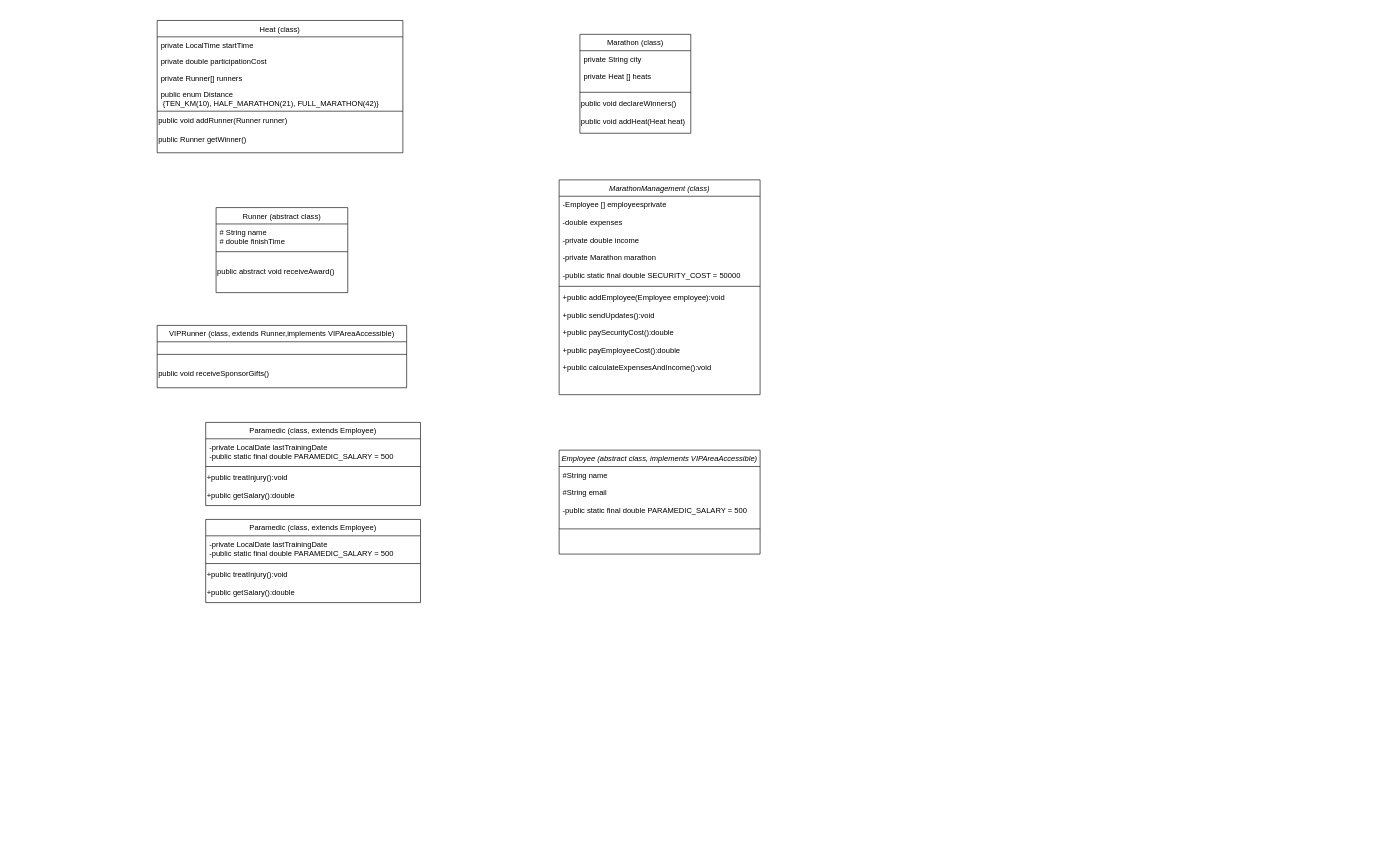
Earlier version of the draw.io diagram Untitled Diagram.drawio (ZoharVardi/ZoharVardi-Object-Oriented-Project---MarketPlace). Source tidied: cells renumbered, new cells numbered last; positions are measured from the earlier drawing's top-left corner, leaving out a move shared by most shapes. Both pictures are drawn from the tidied source at 63%, with x=0, y=0 at pixel (157, 20).
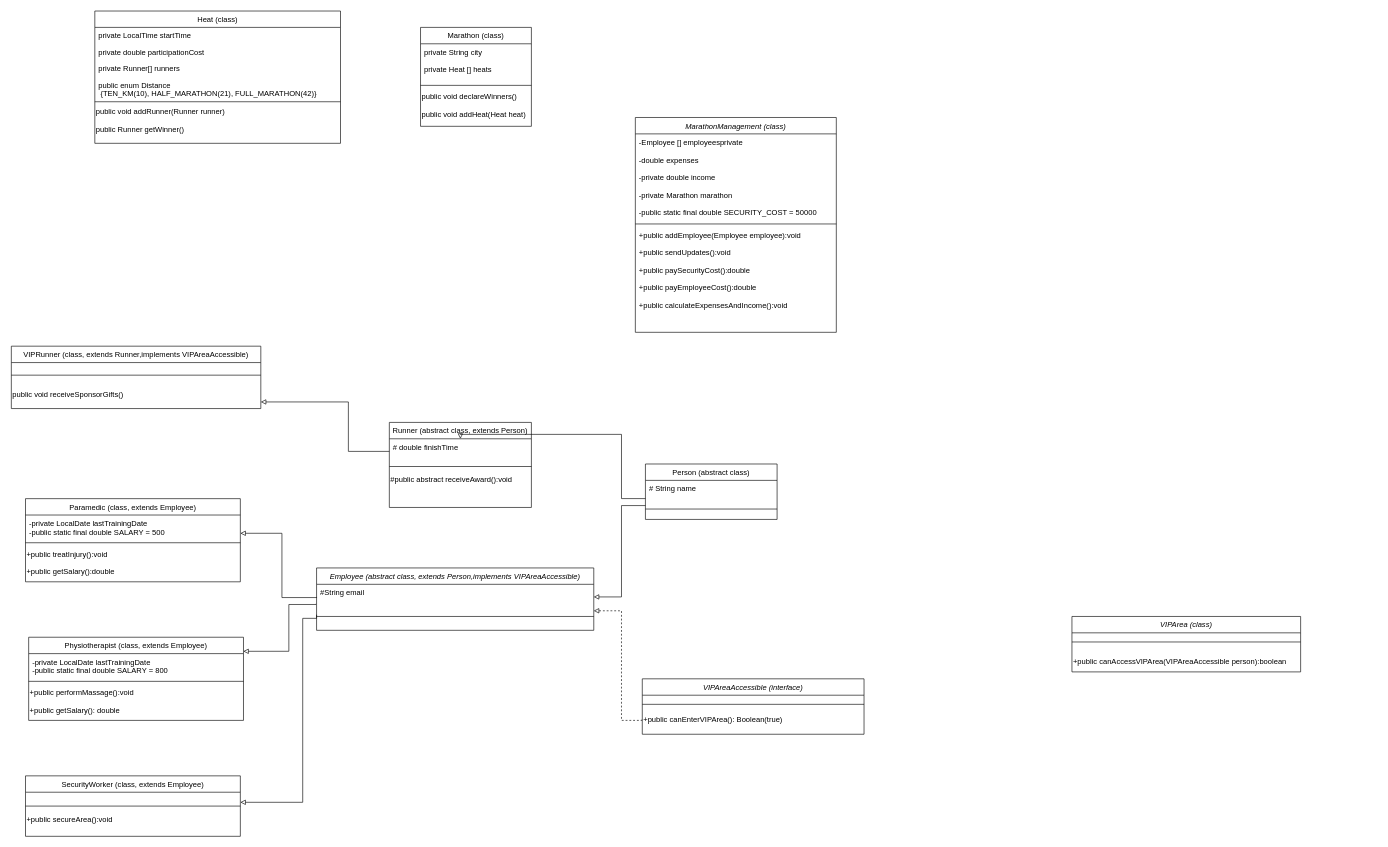
After the change.

Unchanged cells that the change refers to:
```xml
<mxCell id="24" value="public void receiveSponsorGifts()&#10;" style="text;align=left;verticalAlign=middle;points=[];strokeColor=none;fillColor=none;" parent="22" vertex="1">
  <mxGeometry y="66" width="396" height="33" as="geometry" />
</mxCell>
```

Change to the diagram source:
```diff
@@
     <mxCell id="2" value="MarathonManagement (class)" style="swimlane;fontStyle=2;align=center;verticalAlign=top;horizontal=1;startSize=26;rounded=0;shadow=0;strokeWidth=1;" parent="1" vertex="1">
-      <mxGeometry x="638" y="253" width="319" height="341" as="geometry" />
+      <mxGeometry x="759" y="154" width="319" height="341" as="geometry" />
     </mxCell>
@@
     <mxCell id="6" value="Marathon (class)" style="swimlane;fontStyle=0;align=center;verticalAlign=top;horizontal=1;startSize=26;rounded=0;shadow=0;strokeWidth=1;" parent="1" vertex="1">
-      <mxGeometry x="671" y="22" width="176" height="157" as="geometry" />
+      <mxGeometry x="418" y="11" width="176" height="157" as="geometry" />
     </mxCell>
@@
-    <mxCell id="10" value="Runner (abstract class)" style="swimlane;fontStyle=0;align=center;verticalAlign=top;horizontal=1;startSize=26;rounded=0;shadow=0;strokeWidth=1;" parent="1" vertex="1">
-      <mxGeometry x="93.5" y="297" width="209" height="135" as="geometry" />
+    <mxCell id="10" value="Runner (abstract class, extends Person)" style="swimlane;fontStyle=0;align=center;verticalAlign=top;horizontal=1;startSize=26;rounded=0;shadow=0;strokeWidth=1;" parent="1" vertex="1">
+      <mxGeometry x="368.5" y="638" width="225.5" height="135" as="geometry" />
     </mxCell>
-    <mxCell id="11" value="# String name&#10;# double finishTime" style="text;align=left;verticalAlign=top;spacingLeft=4;spacingRight=4;overflow=hidden;points=[[0,0.5],[1,0.5]];portConstraint=eastwest;" parent="10" vertex="1">
-      <mxGeometry y="26" width="209" height="40" as="geometry" />
+    <mxCell id="11" value="# double finishTime" style="text;align=left;verticalAlign=top;spacingLeft=4;spacingRight=4;overflow=hidden;points=[[0,0.5],[1,0.5]];portConstraint=eastwest;" parent="10" vertex="1">
+      <mxGeometry y="26" width="225.5" height="40" as="geometry" />
     </mxCell>
     <mxCell id="12" style="line;html=1;strokeWidth=1;align=left;verticalAlign=middle;spacingTop=-1;spacingLeft=3;spacingRight=3;labelPosition=right;" parent="10" vertex="1">
-      <mxGeometry y="66" width="209" height="8" as="geometry" />
+      <mxGeometry y="66" width="225.5" height="8" as="geometry" />
     </mxCell>
-    <mxCell id="13" value="public abstract void receiveAward()" style="text;align=left;verticalAlign=middle;strokeColor=none;fillColor=none;" parent="10" vertex="1">
-      <mxGeometry y="74" width="209" height="55" as="geometry" />
+    <mxCell id="13" value="#public abstract receiveAward():void " style="text;align=left;verticalAlign=middle;strokeColor=none;fillColor=none;" parent="10" vertex="1">
+      <mxGeometry y="74" width="225.5" height="33" as="geometry" />
     </mxCell>
     <mxCell id="14" value="Heat (class)" style="swimlane;fontStyle=0;align=center;verticalAlign=top;horizontal=1;startSize=26;rounded=0;shadow=0;strokeWidth=1;" parent="1" vertex="1">
-      <mxGeometry width="390" height="210" as="geometry" />
+      <mxGeometry x="-99" y="-15" width="390" height="210" as="geometry" />
     </mxCell>
@@
     <mxCell id="22" value="VIPRunner (class, extends Runner,implements VIPAreaAccessible)&#10;&#10;&#10;&#10;" style="swimlane;fontStyle=0;align=center;verticalAlign=top;horizontal=1;startSize=26;rounded=0;shadow=0;strokeWidth=1;" parent="1" vertex="1">
-      <mxGeometry y="484" width="396" height="99" as="geometry" />
+      <mxGeometry x="-231.5" y="517" width="396" height="99" as="geometry" />
     </mxCell>
@@
-    <mxCell id="25" value="Employee (abstract class, implements VIPAreaAccessible)" style="swimlane;fontStyle=2;align=center;verticalAlign=top;horizontal=1;startSize=26;rounded=0;shadow=0;strokeWidth=1;" parent="1" vertex="1">
-      <mxGeometry x="638" y="682" width="319" height="165" as="geometry" />
+    <mxCell id="25" value="Employee (abstract class, extends Person,implements VIPAreaAccessible)" style="swimlane;fontStyle=2;align=center;verticalAlign=top;horizontal=1;startSize=26;rounded=0;shadow=0;strokeWidth=1;" parent="1" vertex="1">
+      <mxGeometry x="253" y="869" width="440" height="99" as="geometry" />
     </mxCell>
-    <mxCell id="26" value="#String name&#10;&#10;#String email&#10;&#10;-public static final double PARAMEDIC_SALARY = 500&#10;" style="text;align=left;verticalAlign=top;spacingLeft=4;spacingRight=4;overflow=hidden;points=[[0,0.5],[1,0.5]];portConstraint=eastwest;" parent="25" vertex="1">
-      <mxGeometry y="26" width="319" height="95" as="geometry" />
+    <mxCell id="26" value="#String email" style="text;align=left;verticalAlign=top;spacingLeft=4;spacingRight=4;overflow=hidden;points=[[0,0.5],[1,0.5]];portConstraint=eastwest;" parent="25" vertex="1">
+      <mxGeometry y="26" width="440" height="40" as="geometry" />
     </mxCell>
     <mxCell id="27" style="line;html=1;strokeWidth=1;align=left;verticalAlign=middle;spacingTop=-1;spacingLeft=3;spacingRight=3;labelPosition=right;" parent="25" vertex="1">
-      <mxGeometry y="121" width="319" height="8" as="geometry" />
+      <mxGeometry y="66" width="440" height="22" as="geometry" />
     </mxCell>
     <mxCell id="28" value="Paramedic (class, extends Employee)" style="swimlane;fontStyle=0;align=center;verticalAlign=top;horizontal=1;startSize=26;rounded=0;shadow=0;strokeWidth=1;" parent="1" vertex="1">
-      <mxGeometry x="77" y="638" width="341" height="132" as="geometry" />
+      <mxGeometry x="-209" y="759" width="341" height="132" as="geometry" />
     </mxCell>
-    <mxCell id="29" value="-private LocalDate lastTrainingDate&#10;-public static final double PARAMEDIC_SALARY = 500&#10;" style="text;align=left;verticalAlign=top;spacingLeft=4;spacingRight=4;overflow=hidden;" parent="28" vertex="1">
+    <mxCell id="29" value="-private LocalDate lastTrainingDate&#10;-public static final double SALARY = 500&#10;" style="text;align=left;verticalAlign=top;spacingLeft=4;spacingRight=4;overflow=hidden;" parent="28" vertex="1">
       <mxGeometry y="26" width="341" height="40" as="geometry" />
     </mxCell>
@@
-    <mxCell id="32" value="Paramedic (class, extends Employee)" style="swimlane;fontStyle=0;align=center;verticalAlign=top;horizontal=1;startSize=26;rounded=0;shadow=0;strokeWidth=1;" parent="1" vertex="1">
-      <mxGeometry x="77" y="792" width="341" height="132" as="geometry" />
+    <mxCell id="32" value="Physiotherapist (class, extends Employee)" style="swimlane;fontStyle=0;align=center;verticalAlign=top;horizontal=1;startSize=26;rounded=0;shadow=0;strokeWidth=1;" parent="1" vertex="1">
+      <mxGeometry x="-204" y="979" width="341" height="132" as="geometry" />
     </mxCell>
-    <mxCell id="33" value="-private LocalDate lastTrainingDate&#10;-public static final double PARAMEDIC_SALARY = 500&#10;" style="text;align=left;verticalAlign=top;spacingLeft=4;spacingRight=4;overflow=hidden;" parent="32" vertex="1">
+    <mxCell id="33" value="-private LocalDate lastTrainingDate&#10;-public static final double SALARY = 800&#10;" style="text;align=left;verticalAlign=top;spacingLeft=4;spacingRight=4;overflow=hidden;" parent="32" vertex="1">
       <mxGeometry y="26" width="341" height="40" as="geometry" />
     </mxCell>
@@
-    <mxCell id="35" value="+public treatInjury():void&#10;&#10;+public getSalary():double" style="text;align=left;verticalAlign=middle;strokeColor=none;fillColor=none;" parent="32" vertex="1">
+    <mxCell id="35" value="+public performMassage():void&#10;&#10;+public getSalary(): double " style="text;align=left;verticalAlign=middle;strokeColor=none;fillColor=none;" parent="32" vertex="1">
       <mxGeometry y="74" width="341" height="55" as="geometry" />
     </mxCell>
+    <mxCell id="36" value="SecurityWorker (class, extends Employee)" style="swimlane;fontStyle=0;align=center;verticalAlign=top;horizontal=1;startSize=26;rounded=0;shadow=0;strokeWidth=1;" parent="1" vertex="1">
+      <mxGeometry x="-209" y="1199" width="341" height="96" as="geometry" />
+    </mxCell>
+    <mxCell id="37" value="&#10;" style="text;align=left;verticalAlign=top;spacingLeft=4;spacingRight=4;overflow=hidden;" parent="36" vertex="1">
+      <mxGeometry y="26" width="341" height="18" as="geometry" />
+    </mxCell>
+    <mxCell id="38" style="line;html=1;strokeWidth=1;align=left;verticalAlign=middle;spacingTop=-1;spacingLeft=3;spacingRight=3;labelPosition=right;" parent="36" vertex="1">
+      <mxGeometry y="44" width="341" height="8" as="geometry" />
+    </mxCell>
+    <mxCell id="39" value="+public secureArea():void" style="text;align=left;verticalAlign=middle;strokeColor=none;fillColor=none;" parent="36" vertex="1">
+      <mxGeometry y="52" width="341" height="33" as="geometry" />
+    </mxCell>
+    <mxCell id="40" value="VIPArea (class)" style="swimlane;fontStyle=2;align=center;verticalAlign=top;horizontal=1;startSize=26;rounded=0;shadow=0;strokeWidth=1;" parent="1" vertex="1">
+      <mxGeometry x="1452" y="946" width="363" height="88" as="geometry" />
+    </mxCell>
+    <mxCell id="41" style="line;html=1;strokeWidth=1;align=left;verticalAlign=middle;spacingTop=-1;spacingLeft=3;spacingRight=3;labelPosition=right;" parent="40" vertex="1">
+      <mxGeometry y="26" width="363" height="29" as="geometry" />
+    </mxCell>
+    <mxCell id="42" value="+public canAccessVIPArea(VIPAreaAccessible person):boolean " style="text;align=left;verticalAlign=middle;strokeColor=none;fillColor=none;" parent="40" vertex="1">
+      <mxGeometry y="55" width="363" height="33" as="geometry" />
+    </mxCell>
+    <mxCell id="43" value="VIPAreaAccessible (interface)" style="swimlane;fontStyle=2;align=center;verticalAlign=top;horizontal=1;startSize=26;rounded=0;shadow=0;strokeWidth=1;" parent="1" vertex="1">
+      <mxGeometry x="770" y="1045" width="352" height="88" as="geometry" />
+    </mxCell>
+    <mxCell id="44" style="line;html=1;strokeWidth=1;align=left;verticalAlign=middle;spacingTop=-1;spacingLeft=3;spacingRight=3;labelPosition=right;" parent="43" vertex="1">
+      <mxGeometry y="26" width="352" height="29" as="geometry" />
+    </mxCell>
+    <mxCell id="45" value="+public canEnterVIPArea(): Boolean(true)&#10;" style="text;align=left;verticalAlign=middle;points=[];strokeColor=none;fillColor=none;" parent="43" vertex="1">
+      <mxGeometry y="55" width="352" height="33" as="geometry" />
+    </mxCell>
+    <mxCell id="46" value="Person (abstract class)" style="swimlane;fontStyle=0;align=center;verticalAlign=top;horizontal=1;startSize=26;rounded=0;shadow=0;strokeWidth=1;" parent="1" vertex="1">
+      <mxGeometry x="775" y="704" width="209" height="88" as="geometry" />
+    </mxCell>
+    <mxCell id="47" value="# String name" style="text;align=left;verticalAlign=top;spacingLeft=4;spacingRight=4;overflow=hidden;" parent="46" vertex="1">
+      <mxGeometry y="26" width="209" height="40" as="geometry" />
+    </mxCell>
+    <mxCell id="48" style="line;html=1;strokeWidth=1;align=left;verticalAlign=middle;spacingTop=-1;spacingLeft=3;spacingRight=3;labelPosition=right;" parent="46" vertex="1">
+      <mxGeometry y="66" width="209" height="11" as="geometry" />
+    </mxCell>
+    <mxCell id="49" style="edgeStyle=orthogonalEdgeStyle;rounded=0;jettySize=auto;html=1;exitX=0;exitY=0.5;exitDx=0;exitDy=0;endArrow=block;endFill=0;" parent="1" edge="1" source="26">
+      <mxGeometry relative="1" as="geometry">
+        <mxPoint x="132" y="814" as="targetPoint" />
+        <Array as="points">
+          <mxPoint x="253" y="916" />
+          <mxPoint x="198" y="916" />
+          <mxPoint x="198" y="814" />
+        </Array>
+      </mxGeometry>
+    </mxCell>
+    <mxCell id="50" style="edgeStyle=orthogonalEdgeStyle;rounded=0;jettySize=auto;html=1;exitX=0;exitY=0.5;exitDx=0;exitDy=0;endArrow=block;endFill=0;entryX=0.999;entryY=0.169;entryDx=0;entryDy=0;entryPerimeter=0;" parent="1" edge="1" target="32">
+      <mxGeometry relative="1" as="geometry">
+        <mxPoint x="252" y="926" as="sourcePoint" />
+        <Array as="points">
+          <mxPoint x="252" y="927" />
+          <mxPoint x="209" y="927" />
+          <mxPoint x="209" y="1001" />
+        </Array>
+      </mxGeometry>
+    </mxCell>
+    <mxCell id="51" style="edgeStyle=orthogonalEdgeStyle;rounded=0;jettySize=auto;html=1;exitX=0;exitY=0.75;exitDx=0;exitDy=0;endArrow=block;endFill=0;entryX=0.999;entryY=0.169;entryDx=0;entryDy=0;entryPerimeter=0;" parent="1" edge="1" source="25">
+      <mxGeometry relative="1" as="geometry">
+        <mxPoint x="132" y="1241" as="targetPoint" />
+        <Array as="points">
+          <mxPoint x="231" y="949" />
+          <mxPoint x="231" y="1241" />
+        </Array>
+      </mxGeometry>
+    </mxCell>
+    <mxCell id="52" style="edgeStyle=orthogonalEdgeStyle;rounded=0;jettySize=auto;html=1;exitX=0;exitY=0.5;exitDx=0;exitDy=0;endArrow=block;endFill=0;" parent="1" edge="1" target="11">
+      <mxGeometry relative="1" as="geometry">
+        <mxPoint x="775" y="758.9" as="sourcePoint" />
+        <Array as="points">
+          <mxPoint x="737" y="759" />
+          <mxPoint x="737" y="657" />
+        </Array>
+      </mxGeometry>
+    </mxCell>
+    <mxCell id="53" style="edgeStyle=orthogonalEdgeStyle;rounded=0;jettySize=auto;html=1;endArrow=block;endFill=0;entryX=1;entryY=0.5;entryDx=0;entryDy=0;" parent="1" edge="1" target="26">
+      <mxGeometry relative="1" as="geometry">
+        <mxPoint x="775" y="770" as="sourcePoint" />
+        <Array as="points">
+          <mxPoint x="737" y="770" />
+          <mxPoint x="737" y="915" />
+        </Array>
+      </mxGeometry>
+    </mxCell>
+    <mxCell id="54" style="edgeStyle=orthogonalEdgeStyle;rounded=0;jettySize=auto;html=1;endArrow=block;endFill=0;entryX=1;entryY=0.5;entryDx=0;entryDy=0;exitX=-0.002;exitY=0.298;exitDx=0;exitDy=0;exitPerimeter=0;dashed=1;" parent="1" edge="1" source="45">
+      <mxGeometry relative="1" as="geometry">
+        <mxPoint x="693" y="937" as="targetPoint" />
+        <Array as="points">
+          <mxPoint x="769" y="1111" />
+          <mxPoint x="737" y="1111" />
+          <mxPoint x="737" y="937" />
+        </Array>
+      </mxGeometry>
+    </mxCell>
+    <mxCell id="55" style="edgeStyle=orthogonalEdgeStyle;rounded=0;jettySize=auto;html=1;exitX=0;exitY=0.5;exitDx=0;exitDy=0;endArrow=block;endFill=0;entryX=1;entryY=0.682;entryDx=0;entryDy=0;entryPerimeter=0;" parent="1" edge="1" source="11" target="24">
+      <mxGeometry relative="1" as="geometry">
+        <Array as="points">
+          <mxPoint x="303.5" y="684" />
+          <mxPoint x="303.5" y="605" />
+          <mxPoint x="165.5" y="605" />
+        </Array>
+      </mxGeometry>
+    </mxCell>
```
